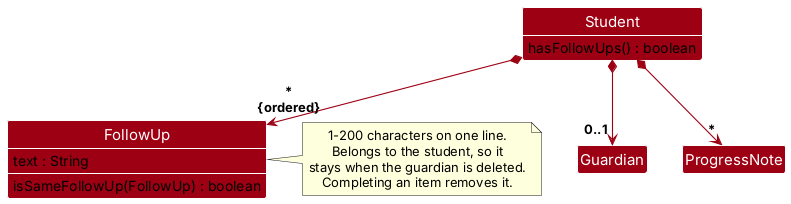
Earlier version of the PlantUML export docs/images/FollowUpClassDiagram.png (AY2627S1-CS2103T-F13-4/tp). Source of this version:
```plantuml
@startuml
!include style.puml
skinparam arrowThickness 1.1
skinparam arrowColor MODEL_COLOR
skinparam classBackgroundColor MODEL_COLOR
Class Student {
  hasFollowUps() : boolean
}
Class FollowUp {
  text : String
  isSameFollowUp(FollowUp) : boolean
}
Class Guardian
Class ProgressNote
show Student methods
show FollowUp members

Student *--> "0..1" Guardian
Student *--> "*" ProgressNote
Student *--> "*\n{ordered}" FollowUp

note right of FollowUp
  1-200 characters on one line.
  Belongs to the student, so it
  stays when the guardian is deleted.
  Completing an item removes it.
end note
@enduml
```
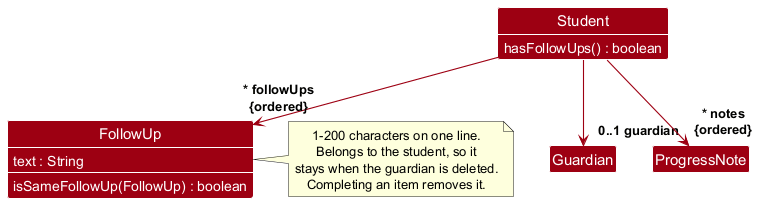
The same diagram one commit later.

Diff of the diagram source:
```diff
@@ -3,6 +3,7 @@
 skinparam arrowThickness 1.1
 skinparam arrowColor MODEL_COLOR
 skinparam classBackgroundColor MODEL_COLOR
+skinparam classAttributeIconSize 0
 Class Student {
   hasFollowUps() : boolean
 }
@@ -15,9 +16,9 @@
 show Student methods
 show FollowUp members
 
-Student *--> "0..1" Guardian
-Student *--> "*" ProgressNote
-Student *--> "*\n{ordered}" FollowUp
+Student --> "0..1 guardian" Guardian
+Student --> "~* notes\n{ordered}" ProgressNote
+Student --> "~* followUps\n{ordered}" FollowUp
 
 note right of FollowUp
   1-200 characters on one line.
```
